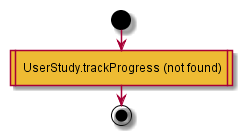
Above: test2/diagrams/UserStudy.POST.trackProgress.png in MaxXx1313/testwiki (PlantUML), before the change. Source of this version:
```plantuml
@startuml
start
#eebb33: UserStudy.trackProgress (not found)|
end
@enduml
```
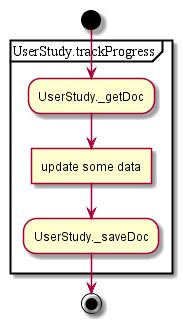
Above is the later version.

What changed in the source:
```diff
@@ -1,5 +1,9 @@
 @startuml
 start
-#eebb33: UserStudy.trackProgress (not found)|
+partition UserStudy.trackProgress {
+:UserStudy._getDoc;
+:update some data]
+:UserStudy._saveDoc;
+}
 end
 @enduml
```
